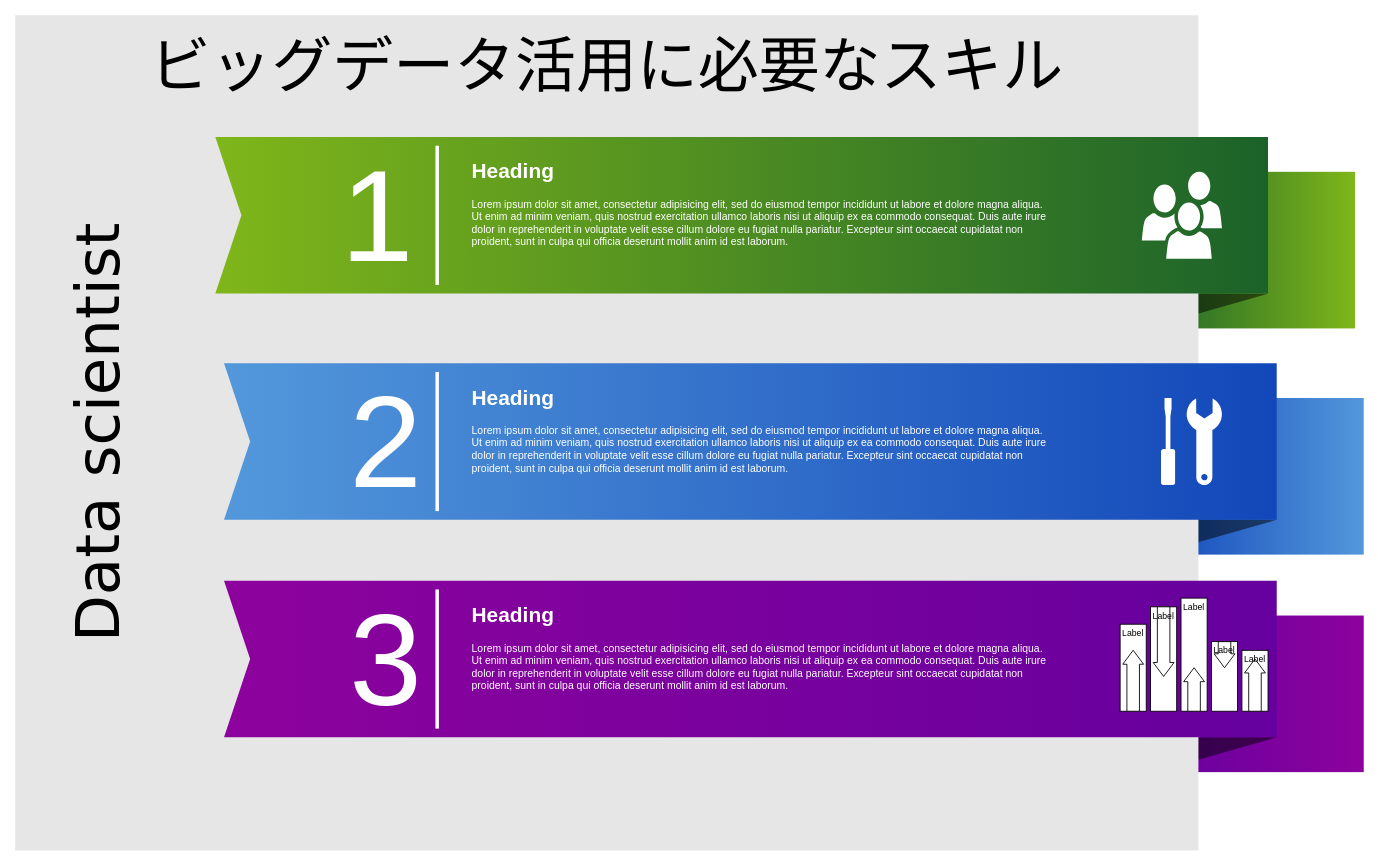
Before: 名称未設定ファイル.drawio in motohalu/HelloGit, a draw.io diagram. Source tidied: cells renumbered, new cells numbered last; positions are measured from the earlier drawing's top-left corner, leaving out a move shared by most shapes. Both pictures are drawn from the tidied source at 87%, with x=0, y=0 at pixel (15, 15).
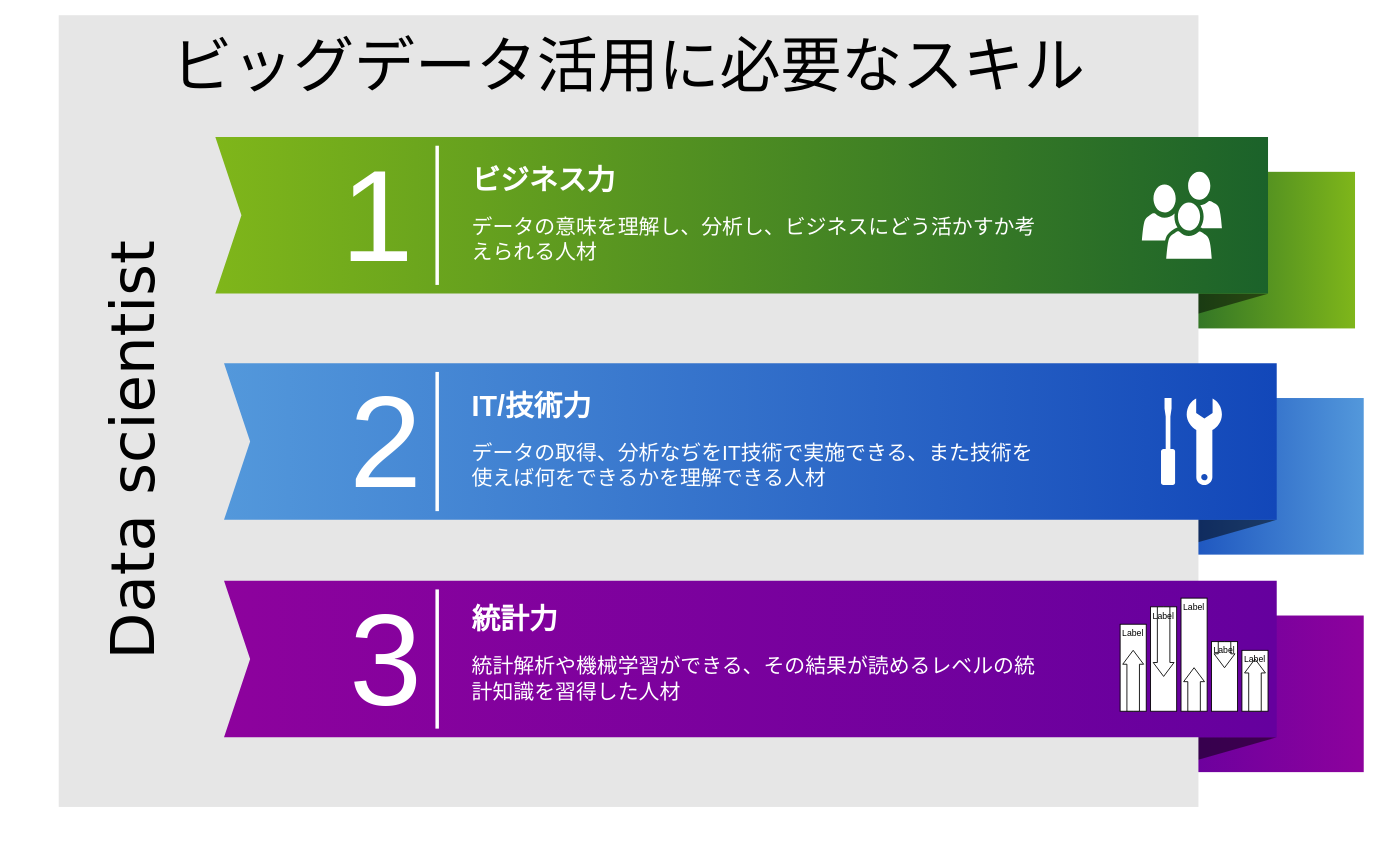
The same diagram, later.

Commit message (it also covers changes not shown here):
名称未設定ファイル.drawio を更新します

Change to the diagram source:
```diff
@@
     <mxCell id="8" value="ビッグデータ活用に必要なスキル" style="whiteSpace=wrap;html=1;rounded=0;shadow=0;dashed=0;strokeWidth=1;fillColor=#E6E6E6;fontFamily=Verdana;fontSize=70;strokeColor=none;verticalAlign=top;spacingTop=10;" parent="1" vertex="1">
-      <mxGeometry width="1360" height="960" as="geometry" />
+      <mxGeometry x="50" width="1310" height="910" as="geometry" />
     </mxCell>
@@
     <mxCell id="12" value="Data scientist" style="text;html=1;strokeColor=none;fillColor=none;align=center;verticalAlign=middle;whiteSpace=wrap;rounded=0;shadow=0;dashed=0;fontFamily=Verdana;fontSize=70;horizontal=0;" parent="1" vertex="1">
-      <mxGeometry x="30" y="150" width="130" height="660" as="geometry" />
+      <mxGeometry x="70" y="170" width="130" height="660" as="geometry" />
     </mxCell>
@@
-    <mxCell id="19" value="&lt;h1&gt;Heading&lt;/h1&gt;&lt;p&gt;L&lt;span&gt;orem ipsum dolor sit amet, consectetur adipisicing elit, sed do eiusmod tempor incididunt ut labore et dolore magna aliqua. Ut enim ad minim veniam, quis nostrud exercitation ullamco laboris nisi ut aliquip ex ea commodo consequat. Duis aute irure dolor in reprehenderit in voluptate velit esse cillum dolore eu fugiat nulla pariatur. Excepteur sint occaecat cupidatat non proident, sunt in culpa qui officia deserunt mollit anim id est laborum.&lt;/span&gt;&lt;/p&gt;" style="text;html=1;strokeColor=none;fillColor=none;spacing=5;spacingTop=-20;whiteSpace=wrap;overflow=hidden;rounded=0;shadow=0;dashed=0;fontFamily=Helvetica;fontSize=12;fontColor=#FFFFFF;align=left;" parent="1" vertex="1">
+    <mxCell id="19" value="&lt;h1&gt;&lt;font style=&quot;font-size: 33px&quot;&gt;ビジネス力&lt;/font&gt;&lt;/h1&gt;&lt;p&gt;&lt;font size=&quot;5&quot;&gt;データの意味を理解し、分析し、ビジネスにどう活かすか考えられる人材&lt;/font&gt;&lt;/p&gt;" style="text;html=1;strokeColor=none;fillColor=none;spacing=5;spacingTop=-20;whiteSpace=wrap;overflow=hidden;rounded=0;shadow=0;dashed=0;fontFamily=Helvetica;fontSize=15;fontColor=#FFFFFF;align=left;" parent="1" vertex="1">
       <mxGeometry x="520" y="160" width="670" height="140" as="geometry" />
     </mxCell>
-    <mxCell id="20" value="&lt;h1&gt;Heading&lt;/h1&gt;&lt;p&gt;L&lt;span&gt;orem ipsum dolor sit amet, consectetur adipisicing elit, sed do eiusmod tempor incididunt ut labore et dolore magna aliqua. Ut enim ad minim veniam, quis nostrud exercitation ullamco laboris nisi ut aliquip ex ea commodo consequat. Duis aute irure dolor in reprehenderit in voluptate velit esse cillum dolore eu fugiat nulla pariatur. Excepteur sint occaecat cupidatat non proident, sunt in culpa qui officia deserunt mollit anim id est laborum.&lt;/span&gt;&lt;/p&gt;" style="text;html=1;strokeColor=none;fillColor=none;spacing=5;spacingTop=-20;whiteSpace=wrap;overflow=hidden;rounded=0;shadow=0;dashed=0;fontFamily=Helvetica;fontSize=12;fontColor=#FFFFFF;align=left;" parent="1" vertex="1">
-      <mxGeometry x="520" y="420" width="670" height="140" as="geometry" />
-    </mxCell>
-    <mxCell id="21" value="&lt;h1&gt;Heading&lt;/h1&gt;&lt;p&gt;L&lt;span&gt;orem ipsum dolor sit amet, consectetur adipisicing elit, sed do eiusmod tempor incididunt ut labore et dolore magna aliqua. Ut enim ad minim veniam, quis nostrud exercitation ullamco laboris nisi ut aliquip ex ea commodo consequat. Duis aute irure dolor in reprehenderit in voluptate velit esse cillum dolore eu fugiat nulla pariatur. Excepteur sint occaecat cupidatat non proident, sunt in culpa qui officia deserunt mollit anim id est laborum.&lt;/span&gt;&lt;/p&gt;" style="text;html=1;strokeColor=none;fillColor=none;spacing=5;spacingTop=-20;whiteSpace=wrap;overflow=hidden;rounded=0;shadow=0;dashed=0;fontFamily=Helvetica;fontSize=12;fontColor=#FFFFFF;align=left;" parent="1" vertex="1">
-      <mxGeometry x="520" y="670" width="670" height="140" as="geometry" />
-    </mxCell>
@@
+    <mxCell id="40" value="&lt;h1&gt;&lt;span style=&quot;font-size: 33px&quot;&gt;IT/技術力&lt;/span&gt;&lt;/h1&gt;&lt;p&gt;&lt;font size=&quot;5&quot;&gt;データの取得、分析なぢをIT技術で実施できる、また技術を使えば何をできるかを理解できる人材&lt;/font&gt;&lt;/p&gt;" style="text;html=1;strokeColor=none;fillColor=none;spacing=5;spacingTop=-20;whiteSpace=wrap;overflow=hidden;rounded=0;shadow=0;dashed=0;fontFamily=Helvetica;fontSize=15;fontColor=#FFFFFF;align=left;" parent="1" vertex="1">
+      <mxGeometry x="520" y="420" width="670" height="140" as="geometry" />
+    </mxCell>
+    <mxCell id="41" value="&lt;h1&gt;&lt;span style=&quot;font-size: 33px&quot;&gt;統計力&lt;/span&gt;&lt;/h1&gt;&lt;p&gt;&lt;font size=&quot;5&quot;&gt;統計解析や機械学習ができる、その結果が読めるレベルの統計知識を習得した人材&lt;/font&gt;&lt;/p&gt;" style="text;html=1;strokeColor=none;fillColor=none;spacing=5;spacingTop=-20;whiteSpace=wrap;overflow=hidden;rounded=0;shadow=0;dashed=0;fontFamily=Helvetica;fontSize=15;fontColor=#FFFFFF;align=left;" parent="1" vertex="1">
+      <mxGeometry x="520" y="665" width="670" height="140" as="geometry" />
+    </mxCell>
```
